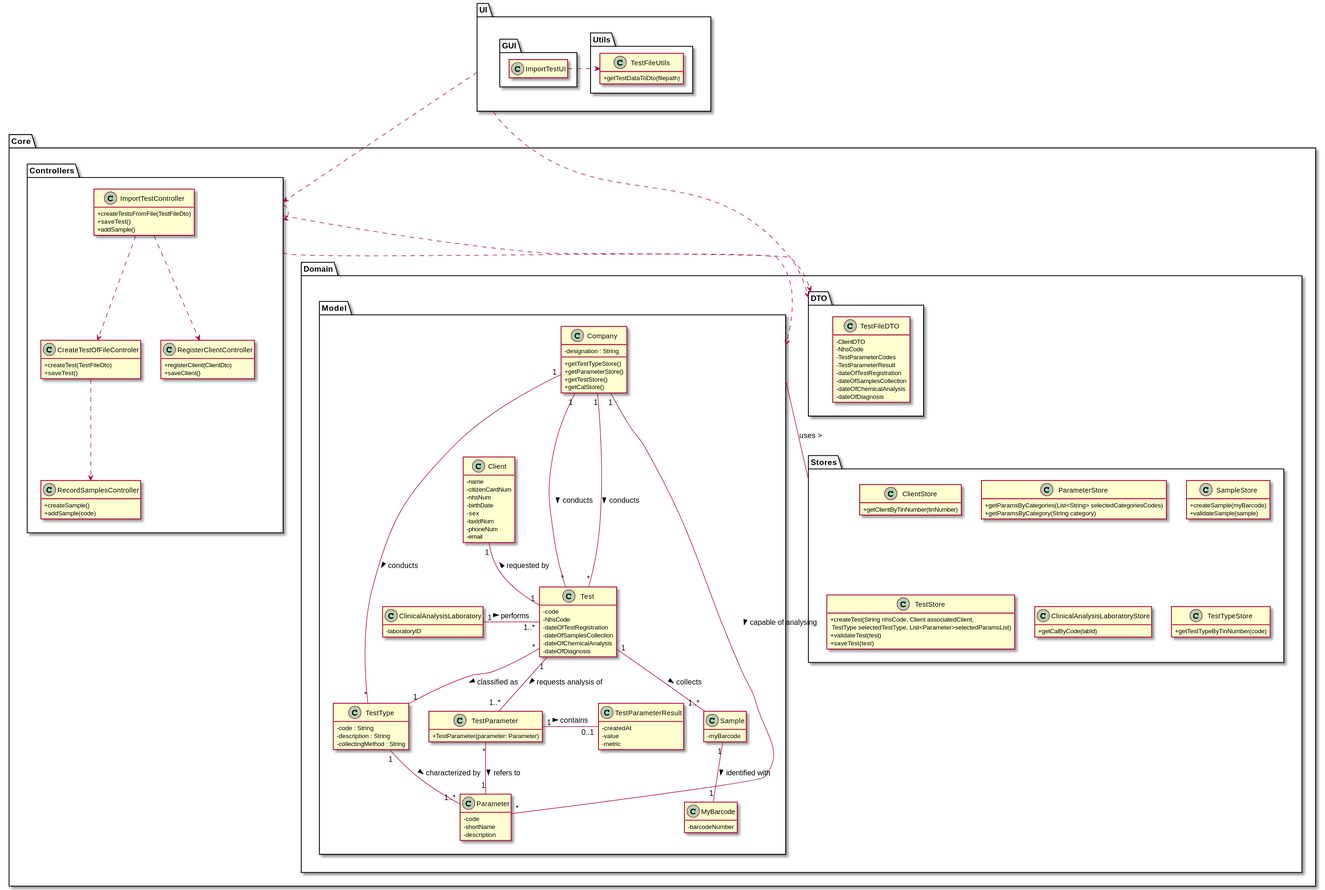
The PlantUML diagram docs/SprintD/US_17/US17_PD_nivel2.svg in ana-albergaria/LAPR2-ISEP, before a commit.
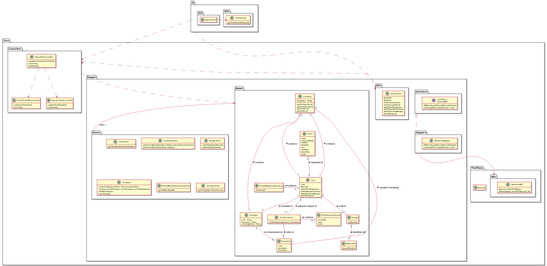
The same file after the commit.

Change to the diagram source:
```diff
@@ -7,6 +7,19 @@
 
 package Domain {
 
+package Adapters {
+    class BarbecueAdapter {
+    +MyBarcode getBarcode(barcodeNumber)
+    +saveImageBarcode(myBarcode, code)
+    }
+    }
+
+package Interfaces {
+    interface ExternalAPI <<interface>> {
+    +MyBarcode getBarcode(barcodeNumber)
+    +saveImageBarcode(myBarcode, code)
+    }
+}
 package Model {
 
        class ClinicalAnalysisLaboratory{
@@ -136,9 +149,15 @@
       +saveClient()
     }
 
-    class RecordSamplesController {
-    +createSample()
-    +addSample(code)
+}
+
+package ThirdParty {
+class barcode
+package APIs {
+    class BarbecueAPI{
+    +Barcode createUPCA(data)
+    +BufferedImage saveJPEG(barcode, file)
+    }
     }
 }
 
@@ -166,7 +185,6 @@
 ImportTestUI .> TestFileUtils
 ImportTestController ..> CreateTestOfFileControler
 ImportTestController ..> RegisterClientController
-CreateTestOfFileControler ..> RecordSamplesController
 Company "1" --- "*" Test : conducts >
 Client "1" -- "1" Test : requested by <
 ClinicalAnalysisLaboratory "1" - "1..*" Test : performs >
@@ -180,5 +198,7 @@
 TestParameter "1" - "0..1" TestParameterResult : contains >
 Test"1" -- "1..*" Sample : collects >
 Sample "1" -- "1" MyBarcode : identified with >
+Interfaces <|.. Adapters
+Adapters --> APIs
 
 @enduml
```
